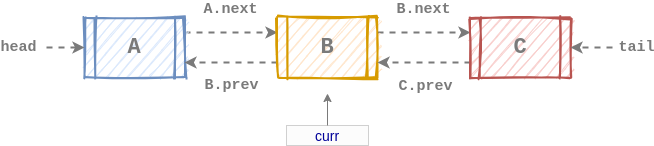
The draw.io diagram assets/images/data-structure/linked-list/dll-remove_at2.png in rolemadelen/euisblue.github.io, before a commit. Source tidied: cells renumbered, new cells last; positions are measured from the earlier drawing's top-left corner, leaving out a move shared by most shapes. Its diagram source:
```xml
<mxGraphModel>
  <root>
    <mxCell id="0" />
    <mxCell id="1" parent="0" />
    <mxCell id="2" value="&lt;span style=&quot;color: rgb(122 , 122 , 122) ; font-family: &amp;#34;courier new&amp;#34; ; font-size: 15px ; font-style: normal ; letter-spacing: normal ; text-align: center ; text-indent: 0px ; text-transform: none ; word-spacing: 0px ; background-color: rgb(255 , 255 , 255) ; display: inline ; float: none&quot;&gt;&lt;b&gt;A.next&lt;/b&gt;&lt;/span&gt;" style="edgeStyle=none;rounded=0;sketch=0;jettySize=auto;html=1;exitX=1;exitY=0.25;exitDx=0;exitDy=0;entryX=0;entryY=0.25;entryDx=0;entryDy=0;dashed=1;endArrow=classic;endFill=1;strokeColor=#7a7a7a;strokeWidth=2;" parent="1" edge="1" source="3" target="6">
      <mxGeometry x="-0.01" y="23" relative="1" as="geometry" />
    </mxCell>
    <mxCell id="3" value="&lt;b&gt;&lt;font style=&quot;font-size: 22px&quot; face=&quot;Courier New&quot; color=&quot;#7a7a7a&quot;&gt;A&lt;/font&gt;&lt;/b&gt;" style="shape=process;whiteSpace=wrap;html=1;backgroundOutline=1;fillColor=#dae8fc;strokeColor=#6c8ebf;gradientDirection=east;strokeWidth=2;shadow=0;glass=0;sketch=1;" parent="1" vertex="1">
      <mxGeometry x="38" width="100" height="60" as="geometry" />
    </mxCell>
    <mxCell id="4" value="&lt;span style=&quot;color: rgb(122, 122, 122); font-family: &amp;quot;courier new&amp;quot;; font-size: 15px; font-style: normal; letter-spacing: normal; text-align: center; text-indent: 0px; text-transform: none; word-spacing: 0px; background-color: rgb(255, 255, 255); display: inline; float: none;&quot;&gt;B.next&lt;/span&gt;" style="edgeStyle=none;rounded=0;sketch=0;jettySize=auto;html=1;exitX=1;exitY=0.25;exitDx=0;exitDy=0;entryX=0;entryY=0.25;entryDx=0;entryDy=0;dashed=1;endArrow=classic;endFill=1;strokeColor=#7a7a7a;strokeWidth=2;fontStyle=1;" parent="1" edge="1" source="6" target="8">
      <mxGeometry x="-0.01" y="23" relative="1" as="geometry" />
    </mxCell>
    <mxCell id="5" value="&lt;font style=&quot;font-size: 15px&quot; face=&quot;Courier New&quot; color=&quot;#7a7a7a&quot;&gt;B.prev&lt;/font&gt;" style="edgeStyle=none;rounded=0;sketch=0;jettySize=auto;html=1;exitX=0;exitY=0.75;exitDx=0;exitDy=0;entryX=1;entryY=0.75;entryDx=0;entryDy=0;dashed=1;endArrow=classic;endFill=1;strokeColor=#7a7a7a;strokeWidth=2;fontStyle=1;" parent="1" edge="1" source="6" target="3">
      <mxGeometry x="-0.01" y="23" relative="1" as="geometry" />
    </mxCell>
    <mxCell id="6" value="&lt;div&gt;&lt;b style=&quot;font-size: 22px ; color: rgb(122 , 122 , 122) ; font-family: &amp;#34;courier new&amp;#34;&quot;&gt;B&lt;/b&gt;&lt;/div&gt;" style="shape=process;whiteSpace=wrap;html=1;backgroundOutline=1;fillColor=#ffe6cc;strokeColor=#d79b00;gradientDirection=east;strokeWidth=2;shadow=0;glass=0;sketch=1;align=center;" parent="1" vertex="1">
      <mxGeometry x="231" width="100" height="60" as="geometry" />
    </mxCell>
    <mxCell id="7" value="&lt;span style=&quot;color: rgb(122 , 122 , 122) ; font-family: &amp;#34;courier new&amp;#34; ; font-size: 15px ; font-style: normal ; letter-spacing: normal ; text-align: center ; text-indent: 0px ; text-transform: none ; word-spacing: 0px ; background-color: rgb(255 , 255 , 255) ; display: inline ; float: none&quot;&gt;&lt;b&gt;C.prev&lt;/b&gt;&lt;/span&gt;" style="edgeStyle=none;rounded=0;sketch=0;jettySize=auto;html=1;exitX=0;exitY=0.75;exitDx=0;exitDy=0;entryX=1;entryY=0.75;entryDx=0;entryDy=0;dashed=1;endArrow=classic;endFill=1;strokeColor=#7a7a7a;strokeWidth=2;" parent="1" edge="1" source="8" target="6">
      <mxGeometry x="-0.03" y="24" relative="1" as="geometry" />
    </mxCell>
    <mxCell id="8" value="&lt;div&gt;&lt;b style=&quot;font-size: 22px ; color: rgb(122 , 122 , 122) ; font-family: &amp;#34;courier new&amp;#34;&quot;&gt;C&lt;/b&gt;&lt;/div&gt;" style="shape=process;whiteSpace=wrap;html=1;backgroundOutline=1;fillColor=#f8cecc;strokeColor=#b85450;gradientDirection=east;strokeWidth=2;shadow=0;glass=0;sketch=1;align=center;" parent="1" vertex="1">
      <mxGeometry x="424" width="100" height="60" as="geometry" />
    </mxCell>
    <mxCell id="9" value="&lt;span style=&quot;color: rgb(122 , 122 , 122) ; font-family: &amp;#34;courier new&amp;#34; ; font-size: 15px ; font-style: normal ; font-weight: 700 ; letter-spacing: normal ; text-align: center ; text-indent: 0px ; text-transform: none ; word-spacing: 0px ; background-color: rgb(255 , 255 , 255) ; display: inline ; float: none&quot;&gt;tail&lt;/span&gt;" style="endArrow=classic;html=1;dashed=1;strokeColor=#7a7a7a;strokeWidth=2;entryX=1;entryY=0.5;entryDx=0;entryDy=0;" parent="1" edge="1" target="8">
      <mxGeometry x="-1" y="-24" relative="1" as="geometry">
        <mxPoint x="566" y="30" as="sourcePoint" />
        <mxPoint x="24" y="24" as="offset" />
      </mxGeometry>
    </mxCell>
    <mxCell id="10" value="&lt;font style=&quot;font-size: 15px&quot; face=&quot;Courier New&quot; color=&quot;#7a7a7a&quot;&gt;head&lt;/font&gt;" style="endArrow=classic;html=1;dashed=1;strokeColor=#7a7a7a;strokeWidth=2;entryX=0;entryY=0.5;entryDx=0;entryDy=0;fontStyle=1;" parent="1" edge="1" target="3">
      <mxGeometry x="-1" y="-28" relative="1" as="geometry">
        <mxPoint y="30" as="sourcePoint" />
        <mxPoint x="-28" y="-28" as="offset" />
      </mxGeometry>
    </mxCell>
    <mxCell id="11" style="edgeStyle=none;rounded=0;sketch=0;jettySize=auto;html=1;exitX=0.5;exitY=0;exitDx=0;exitDy=0;endArrow=classic;endFill=1;strokeColor=#7a7a7a;strokeWidth=1;" parent="1" edge="1" source="12">
      <mxGeometry relative="1" as="geometry">
        <mxPoint x="281" y="76" as="targetPoint" />
      </mxGeometry>
    </mxCell>
    <mxCell id="12" value="&lt;span&gt;&lt;font style=&quot;font-size: 14px&quot; color=&quot;#000099&quot;&gt;curr&lt;/font&gt;&lt;/span&gt;" style="text;html=1;align=center;verticalAlign=middle;whiteSpace=wrap;rounded=0;shadow=0;glass=0;sketch=0;opacity=30;fontStyle=0;fillColor=#f5f5f5;strokeColor=#666666;fontColor=#333333;" parent="1" vertex="1">
      <mxGeometry x="240" y="108" width="82" height="20" as="geometry" />
    </mxCell>
  </root>
</mxGraphModel>
```
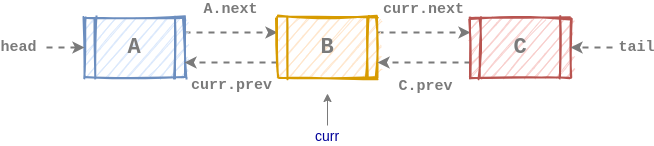
After the commit.

Commit message:
doubly linke list remove_at image changed

The edit, as a diff of the source:
```diff
@@ -8,10 +8,10 @@
     <mxCell id="3" value="&lt;b&gt;&lt;font style=&quot;font-size: 22px&quot; face=&quot;Courier New&quot; color=&quot;#7a7a7a&quot;&gt;A&lt;/font&gt;&lt;/b&gt;" style="shape=process;whiteSpace=wrap;html=1;backgroundOutline=1;fillColor=#dae8fc;strokeColor=#6c8ebf;gradientDirection=east;strokeWidth=2;shadow=0;glass=0;sketch=1;" parent="1" vertex="1">
       <mxGeometry x="38" width="100" height="60" as="geometry" />
     </mxCell>
-    <mxCell id="4" value="&lt;span style=&quot;color: rgb(122, 122, 122); font-family: &amp;quot;courier new&amp;quot;; font-size: 15px; font-style: normal; letter-spacing: normal; text-align: center; text-indent: 0px; text-transform: none; word-spacing: 0px; background-color: rgb(255, 255, 255); display: inline; float: none;&quot;&gt;B.next&lt;/span&gt;" style="edgeStyle=none;rounded=0;sketch=0;jettySize=auto;html=1;exitX=1;exitY=0.25;exitDx=0;exitDy=0;entryX=0;entryY=0.25;entryDx=0;entryDy=0;dashed=1;endArrow=classic;endFill=1;strokeColor=#7a7a7a;strokeWidth=2;fontStyle=1;" parent="1" edge="1" source="6" target="8">
+    <mxCell id="4" value="&lt;span style=&quot;color: rgb(122 , 122 , 122) ; font-family: &amp;#34;courier new&amp;#34; ; font-size: 15px ; font-style: normal ; letter-spacing: normal ; text-align: center ; text-indent: 0px ; text-transform: none ; word-spacing: 0px ; background-color: rgb(255 , 255 , 255) ; display: inline ; float: none&quot;&gt;curr.next&lt;/span&gt;" style="edgeStyle=none;rounded=0;sketch=0;jettySize=auto;html=1;exitX=1;exitY=0.25;exitDx=0;exitDy=0;entryX=0;entryY=0.25;entryDx=0;entryDy=0;dashed=1;endArrow=classic;endFill=1;strokeColor=#7a7a7a;strokeWidth=2;fontStyle=1;" parent="1" edge="1" source="6" target="8">
       <mxGeometry x="-0.01" y="23" relative="1" as="geometry" />
     </mxCell>
-    <mxCell id="5" value="&lt;font style=&quot;font-size: 15px&quot; face=&quot;Courier New&quot; color=&quot;#7a7a7a&quot;&gt;B.prev&lt;/font&gt;" style="edgeStyle=none;rounded=0;sketch=0;jettySize=auto;html=1;exitX=0;exitY=0.75;exitDx=0;exitDy=0;entryX=1;entryY=0.75;entryDx=0;entryDy=0;dashed=1;endArrow=classic;endFill=1;strokeColor=#7a7a7a;strokeWidth=2;fontStyle=1;" parent="1" edge="1" source="6" target="3">
+    <mxCell id="5" value="&lt;font style=&quot;font-size: 15px&quot; face=&quot;Courier New&quot; color=&quot;#7a7a7a&quot;&gt;curr.prev&lt;/font&gt;" style="edgeStyle=none;rounded=0;sketch=0;jettySize=auto;html=1;exitX=0;exitY=0.75;exitDx=0;exitDy=0;entryX=1;entryY=0.75;entryDx=0;entryDy=0;dashed=1;endArrow=classic;endFill=1;strokeColor=#7a7a7a;strokeWidth=2;fontStyle=1;" parent="1" edge="1" source="6" target="3">
       <mxGeometry x="-0.01" y="23" relative="1" as="geometry" />
     </mxCell>
     <mxCell id="6" value="&lt;div&gt;&lt;b style=&quot;font-size: 22px ; color: rgb(122 , 122 , 122) ; font-family: &amp;#34;courier new&amp;#34;&quot;&gt;B&lt;/b&gt;&lt;/div&gt;" style="shape=process;whiteSpace=wrap;html=1;backgroundOutline=1;fillColor=#ffe6cc;strokeColor=#d79b00;gradientDirection=east;strokeWidth=2;shadow=0;glass=0;sketch=1;align=center;" parent="1" vertex="1">
@@ -40,7 +40,7 @@
         <mxPoint x="281" y="76" as="targetPoint" />
       </mxGeometry>
     </mxCell>
-    <mxCell id="12" value="&lt;span&gt;&lt;font style=&quot;font-size: 14px&quot; color=&quot;#000099&quot;&gt;curr&lt;/font&gt;&lt;/span&gt;" style="text;html=1;align=center;verticalAlign=middle;whiteSpace=wrap;rounded=0;shadow=0;glass=0;sketch=0;opacity=30;fontStyle=0;fillColor=#f5f5f5;strokeColor=#666666;fontColor=#333333;" parent="1" vertex="1">
+    <mxCell id="12" value="&lt;span&gt;&lt;font style=&quot;font-size: 14px&quot; color=&quot;#000099&quot;&gt;curr&lt;/font&gt;&lt;/span&gt;" style="text;html=1;align=center;verticalAlign=middle;whiteSpace=wrap;rounded=0;shadow=0;glass=0;sketch=0;opacity=30;fontStyle=0;" parent="1" vertex="1">
       <mxGeometry x="240" y="108" width="82" height="20" as="geometry" />
     </mxCell>
   </root>
```
